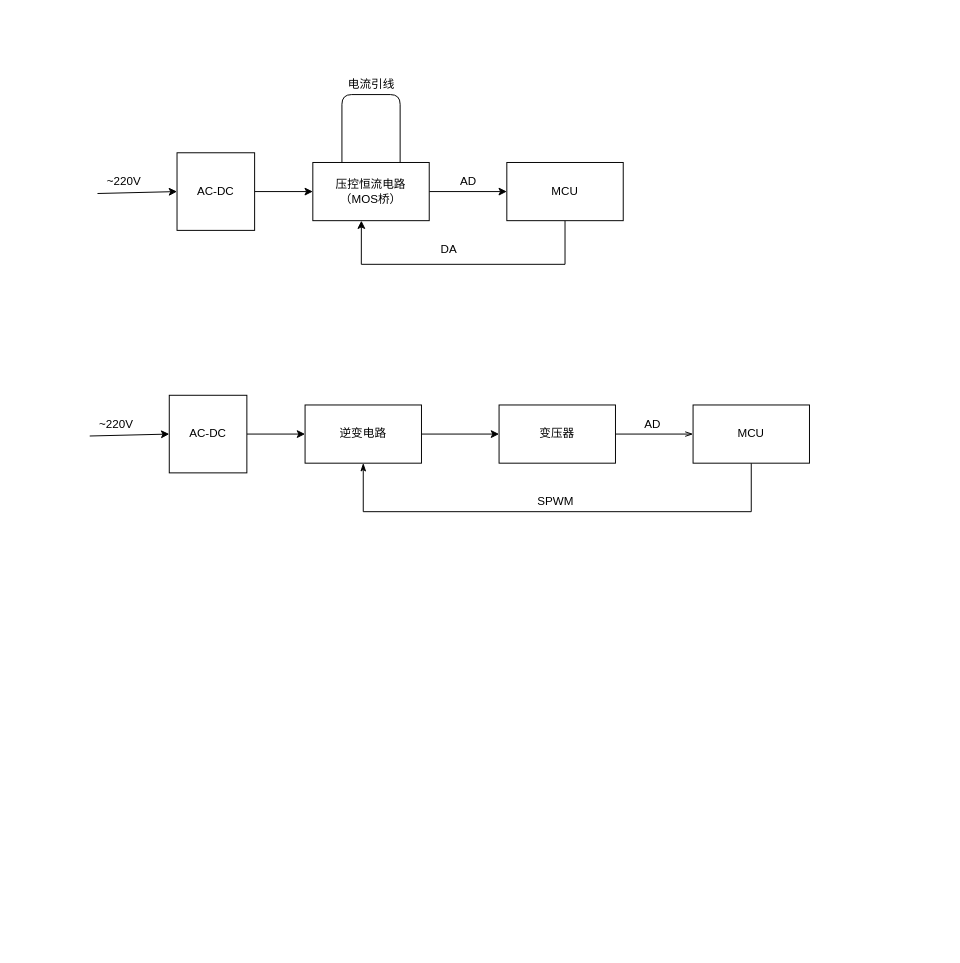
CC5447/Cat keeps this draw.io diagram as Untitled Diagram.drawio. Above is the earlier version. Source tidied: cells renumbered, new cells numbered last; positions are measured from the earlier drawing's top-left corner, leaving out a move shared by most shapes. Both pictures are drawn from the tidied source at 97%, with x=0, y=0 at pixel (91, 75).
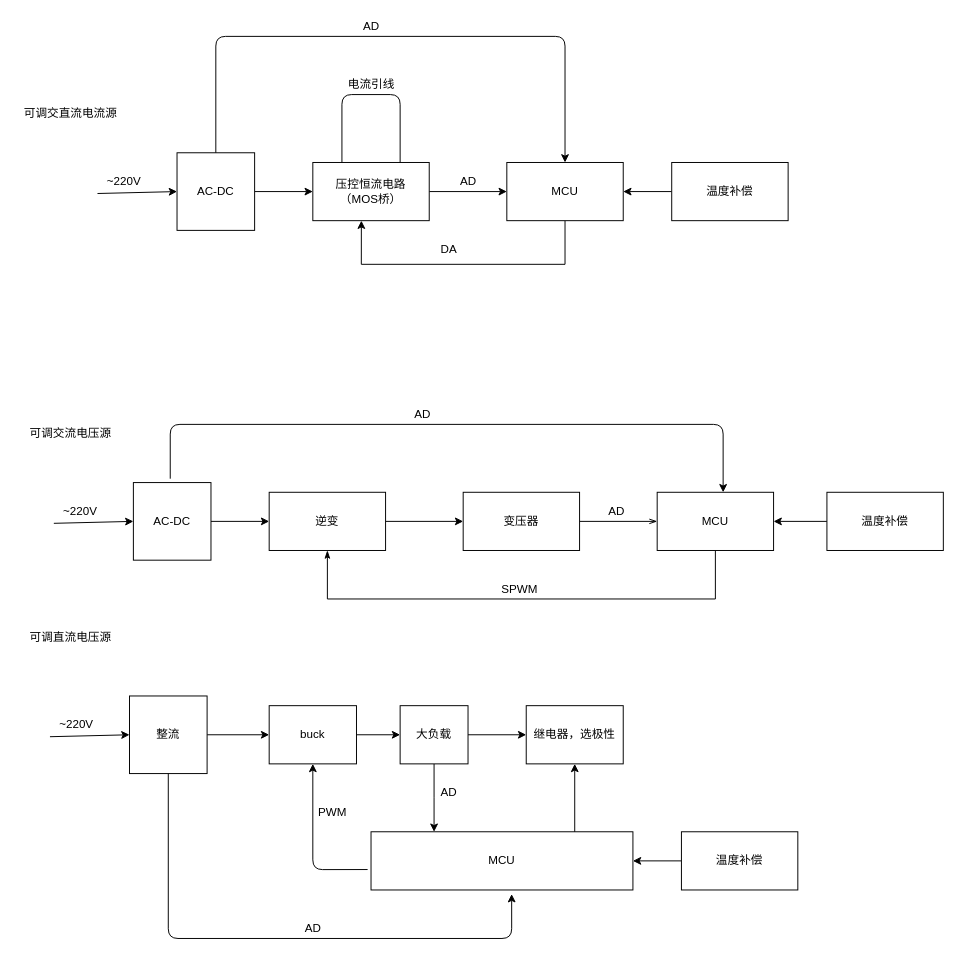
After the change.

The change refers to these unchanged cells:
```xml
<mxCell id="9" value="MCU" style="whiteSpace=wrap;html=1;" parent="1" vertex="1">
  <mxGeometry x="428" y="90" width="120" height="60" as="geometry" />
</mxCell>
```

What changed in the source:
```diff
@@
     <mxCell id="13" value="AC-DC" style="whiteSpace=wrap;html=1;" parent="1" vertex="1">
-      <mxGeometry x="80" y="330" width="80" height="80" as="geometry" />
+      <mxGeometry x="43" y="420" width="80" height="80" as="geometry" />
     </mxCell>
@@
     <mxCell id="15" value="~220V" style="text;html=1;align=center;verticalAlign=middle;points=[];strokeColor=none;" parent="1" vertex="1">
-      <mxGeometry y="350" width="50" height="20" as="geometry" />
+      <mxGeometry x="-37" y="440" width="50" height="20" as="geometry" />
     </mxCell>
@@
-    <mxCell id="17" value="逆变电路" style="whiteSpace=wrap;html=1;" parent="1" vertex="1">
-      <mxGeometry x="220" y="340" width="120" height="60" as="geometry" />
+    <mxCell id="17" value="逆变" style="whiteSpace=wrap;html=1;" parent="1" vertex="1">
+      <mxGeometry x="183" y="430" width="120" height="60" as="geometry" />
     </mxCell>
@@
     <mxCell id="19" value="变压器" style="whiteSpace=wrap;html=1;" parent="1" vertex="1">
-      <mxGeometry x="420" y="340" width="120" height="60" as="geometry" />
+      <mxGeometry x="383" y="430" width="120" height="60" as="geometry" />
     </mxCell>
@@
     <mxCell id="22" style="edgeStyle=orthogonalEdgeStyle;jettySize=auto;html=1;endArrow=classicThin;endFill=1;rounded=0;entryX=0.5;entryY=1;entryDx=0;entryDy=0;" parent="1" edge="1" source="23" target="17">
       <mxGeometry relative="1" as="geometry">
         <Array as="points">
-          <mxPoint x="680" y="450" />
-          <mxPoint x="280" y="450" />
+          <mxPoint x="643" y="540" />
+          <mxPoint x="243" y="540" />
         </Array>
       </mxGeometry>
     </mxCell>
     <mxCell id="23" value="MCU" style="whiteSpace=wrap;html=1;" parent="1" vertex="1">
-      <mxGeometry x="620" y="340" width="120" height="60" as="geometry" />
+      <mxGeometry x="583" y="430" width="120" height="60" as="geometry" />
     </mxCell>
     <mxCell id="24" value="AD" style="text;html=1;align=center;verticalAlign=middle;strokeColor=none;" parent="1" vertex="1">
-      <mxGeometry x="563" y="350" width="30" height="20" as="geometry" />
+      <mxGeometry x="526" y="440" width="30" height="20" as="geometry" />
     </mxCell>
     <mxCell id="25" value="SPWM" style="text;html=1;align=center;verticalAlign=middle;strokeColor=none;" parent="1" vertex="1">
-      <mxGeometry x="453" y="430" width="50" height="20" as="geometry" />
+      <mxGeometry x="416" y="520" width="50" height="20" as="geometry" />
     </mxCell>
+    <mxCell id="26" style="endArrow=classic;html=1;entryX=0.5;entryY=0;entryDx=0;entryDy=0;" parent="1" edge="1" target="9">
+      <mxGeometry relative="1" as="geometry">
+        <mxPoint x="128" y="80" as="sourcePoint" />
+        <Array as="points">
+          <mxPoint x="128" y="-40" />
+          <mxPoint x="488" y="-40" />
+        </Array>
+      </mxGeometry>
+    </mxCell>
+    <mxCell id="27" value="AD" style="text;html=1;align=center;verticalAlign=middle;strokeColor=none;" parent="1" vertex="1">
+      <mxGeometry x="273" y="-60" width="30" height="20" as="geometry" />
+    </mxCell>
+    <mxCell id="28" style="endArrow=classic;html=1;entryX=0.5;entryY=0;entryDx=0;entryDy=0;" parent="1" edge="1">
+      <mxGeometry relative="1" as="geometry">
+        <mxPoint x="81" y="416" as="sourcePoint" />
+        <mxPoint x="651" y="430" as="targetPoint" />
+        <Array as="points">
+          <mxPoint x="81" y="360" />
+          <mxPoint x="651" y="360" />
+        </Array>
+      </mxGeometry>
+    </mxCell>
+    <mxCell id="29" value="AD" style="text;html=1;align=center;verticalAlign=middle;strokeColor=none;" parent="1" vertex="1">
+      <mxGeometry x="326" y="340" width="30" height="20" as="geometry" />
+    </mxCell>
+    <mxCell id="30" value="可调交流电压源" style="text;html=1;align=center;verticalAlign=middle;strokeColor=none;" parent="1" vertex="1">
+      <mxGeometry x="-72" y="360" width="100" height="20" as="geometry" />
+    </mxCell>
+    <mxCell id="31" value="可调交直流电流源" style="text;html=1;align=center;verticalAlign=middle;strokeColor=none;" parent="1" vertex="1">
+      <mxGeometry x="-77" y="30" width="110" height="20" as="geometry" />
+    </mxCell>
+    <mxCell id="32" value="可调直流电压源" style="text;html=1;align=center;verticalAlign=middle;strokeColor=none;" parent="1" vertex="1">
+      <mxGeometry x="-72" y="570" width="100" height="20" as="geometry" />
+    </mxCell>
+    <mxCell id="33" style="edgeStyle=orthogonalEdgeStyle;rounded=0;jettySize=auto;html=1;" parent="1" edge="1" source="34" target="38">
+      <mxGeometry relative="1" as="geometry" />
+    </mxCell>
+    <mxCell id="34" value="整流" style="whiteSpace=wrap;html=1;" parent="1" vertex="1">
+      <mxGeometry x="39" y="640" width="80" height="80" as="geometry" />
+    </mxCell>
+    <mxCell id="35" style="endArrow=classic;html=1;entryX=0;entryY=0.5;entryDx=0;entryDy=0;exitX=-0.04;exitY=1.1;exitDx=0;exitDy=0;exitPerimeter=0;" parent="1" edge="1" source="36" target="34">
+      <mxGeometry relative="1" as="geometry" />
+    </mxCell>
+    <mxCell id="36" value="~220V" style="text;html=1;align=center;verticalAlign=middle;points=[];strokeColor=none;" parent="1" vertex="1">
+      <mxGeometry x="-41" y="660" width="50" height="20" as="geometry" />
+    </mxCell>
+    <mxCell id="37" style="edgeStyle=orthogonalEdgeStyle;rounded=0;jettySize=auto;html=1;" parent="1" edge="1" source="38" target="41">
+      <mxGeometry relative="1" as="geometry" />
+    </mxCell>
+    <mxCell id="38" value="buck" style="whiteSpace=wrap;html=1;" parent="1" vertex="1">
+      <mxGeometry x="183" y="650" width="90" height="60" as="geometry" />
+    </mxCell>
+    <mxCell id="39" style="edgeStyle=orthogonalEdgeStyle;rounded=0;jettySize=auto;html=1;" parent="1" edge="1" source="41" target="43">
+      <mxGeometry relative="1" as="geometry" />
+    </mxCell>
+    <mxCell id="40" style="edgeStyle=orthogonalEdgeStyle;rounded=0;jettySize=auto;html=1;" parent="1" edge="1" source="41">
+      <mxGeometry relative="1" as="geometry">
+        <mxPoint x="353" y="780" as="targetPoint" />
+      </mxGeometry>
+    </mxCell>
+    <mxCell id="41" value="大负载" style="whiteSpace=wrap;html=1;" parent="1" vertex="1">
+      <mxGeometry x="318" y="650" width="70" height="60" as="geometry" />
+    </mxCell>
+    <mxCell id="42" style="edgeStyle=orthogonalEdgeStyle;rounded=0;jettySize=auto;html=1;entryX=0.5;entryY=1;entryDx=0;entryDy=0;exitX=0.784;exitY=0.017;exitDx=0;exitDy=0;exitPerimeter=0;" parent="1" edge="1" source="44" target="43">
+      <mxGeometry relative="1" as="geometry">
+        <Array as="points">
+          <mxPoint x="498" y="781" />
+        </Array>
+      </mxGeometry>
+    </mxCell>
+    <mxCell id="43" value="继电器，选极性" style="whiteSpace=wrap;html=1;" parent="1" vertex="1">
+      <mxGeometry x="448" y="650" width="100" height="60" as="geometry" />
+    </mxCell>
+    <mxCell id="44" value="MCU" style="rounded=0;whiteSpace=wrap;html=1;" parent="1" vertex="1">
+      <mxGeometry x="288" y="780" width="270" height="60" as="geometry" />
+    </mxCell>
+    <mxCell id="45" value="AD" style="text;html=1;align=center;verticalAlign=middle;strokeColor=none;" parent="1" vertex="1">
+      <mxGeometry x="353" y="730" width="30" height="20" as="geometry" />
+    </mxCell>
+    <mxCell id="46" style="endArrow=classic;html=1;exitX=-0.013;exitY=0.649;exitDx=0;exitDy=0;exitPerimeter=0;entryX=0.5;entryY=1;entryDx=0;entryDy=0;" parent="1" edge="1" source="44" target="38">
+      <mxGeometry relative="1" as="geometry">
+        <Array as="points">
+          <mxPoint x="228" y="819" />
+        </Array>
+      </mxGeometry>
+    </mxCell>
+    <mxCell id="47" value="PWM" style="text;html=1;align=center;verticalAlign=middle;strokeColor=none;" parent="1" vertex="1">
+      <mxGeometry x="228" y="750" width="40" height="20" as="geometry" />
+    </mxCell>
+    <mxCell id="48" style="endArrow=classic;html=1;exitX=0.5;exitY=1;exitDx=0;exitDy=0;entryX=0.537;entryY=1.071;entryDx=0;entryDy=0;entryPerimeter=0;" parent="1" edge="1" source="34" target="44">
+      <mxGeometry relative="1" as="geometry">
+        <Array as="points">
+          <mxPoint x="79" y="890" />
+          <mxPoint x="433" y="890" />
+        </Array>
+      </mxGeometry>
+    </mxCell>
+    <mxCell id="49" value="AD" style="text;html=1;align=center;verticalAlign=middle;strokeColor=none;" parent="1" vertex="1">
+      <mxGeometry x="213" y="870" width="30" height="20" as="geometry" />
+    </mxCell>
+    <mxCell id="50" style="edgeStyle=orthogonalEdgeStyle;rounded=0;jettySize=auto;html=1;" parent="1" edge="1" source="51" target="23">
+      <mxGeometry relative="1" as="geometry" />
+    </mxCell>
+    <mxCell id="51" value="温度补偿" style="rounded=0;whiteSpace=wrap;html=1;" parent="1" vertex="1">
+      <mxGeometry x="758" y="430" width="120" height="60" as="geometry" />
+    </mxCell>
+    <mxCell id="52" style="edgeStyle=orthogonalEdgeStyle;rounded=0;jettySize=auto;html=1;" parent="1" edge="1" source="53" target="9">
+      <mxGeometry relative="1" as="geometry" />
+    </mxCell>
+    <mxCell id="53" value="温度补偿" style="rounded=0;whiteSpace=wrap;html=1;" parent="1" vertex="1">
+      <mxGeometry x="598" y="90" width="120" height="60" as="geometry" />
+    </mxCell>
+    <mxCell id="54" style="edgeStyle=orthogonalEdgeStyle;rounded=0;jettySize=auto;html=1;" parent="1" edge="1" source="55" target="44">
+      <mxGeometry relative="1" as="geometry" />
+    </mxCell>
+    <mxCell id="55" value="温度补偿" style="rounded=0;whiteSpace=wrap;html=1;" parent="1" vertex="1">
+      <mxGeometry x="608" y="780" width="120" height="60" as="geometry" />
+    </mxCell>
```
